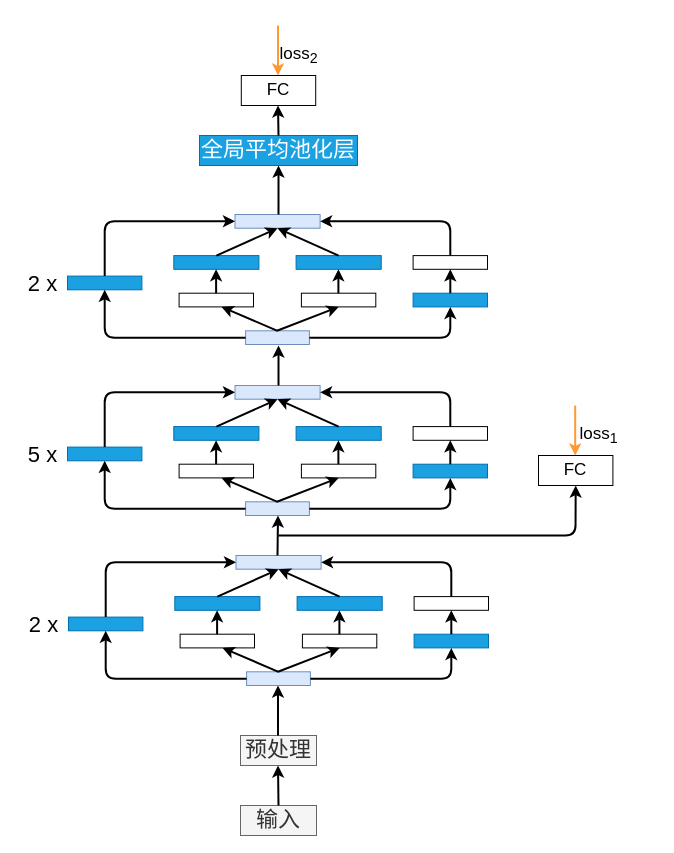
Above: 水下目标提取标书/CNN特征提取器总体架构.drawio in Corner430/drawio (draw.io), before the change. Source tidied: cells renumbered, new cells numbered last; positions are measured from the earlier drawing's top-left corner, leaving out a move shared by most shapes. Both pictures are drawn from the tidied source at 100%, with x=0, y=0 at pixel (17, 25).
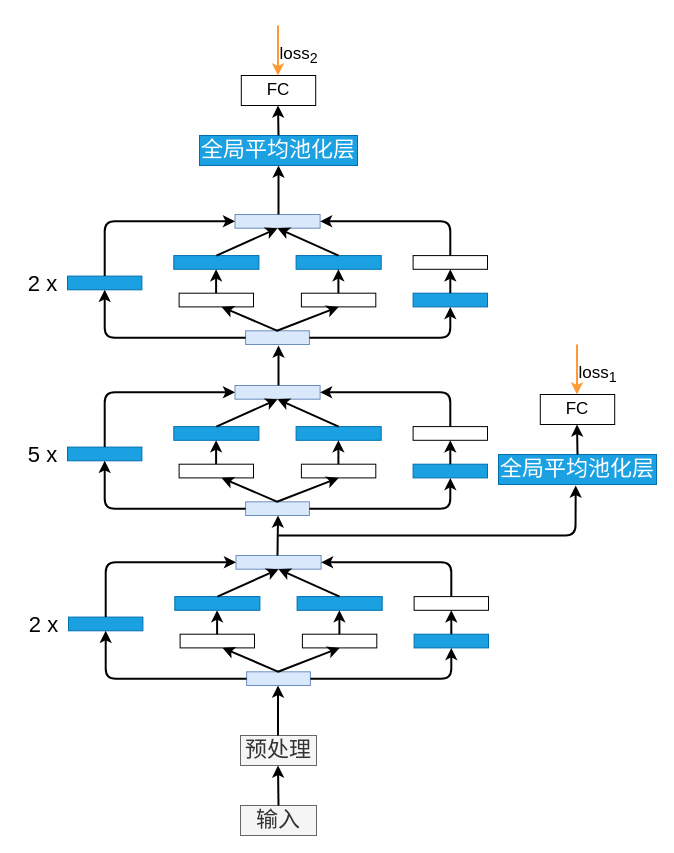
Above is the later version.

Commit message:
水下目标提取标书_CNN特征提取器整体架构

The edit, as a diff of the source:
```diff
@@
-    <mxCell id="53" style="endArrow=classic;html=1;strokeWidth=2;fontSize=22;strokeColor=#FF9933;" parent="1" edge="1">
-      <mxGeometry relative="1" as="geometry">
-        <mxPoint x="557.7" y="380" as="sourcePoint" />
-        <mxPoint x="557.7" y="430" as="targetPoint" />
-      </mxGeometry>
-    </mxCell>
-    <mxCell id="54" style="endArrow=classic;html=1;strokeColor=#000000;strokeWidth=2;fontSize=22;entryX=0.5;entryY=1;entryDx=0;entryDy=0;" parent="1" edge="1" target="55">
+    <mxCell id="54" style="endArrow=classic;html=1;strokeColor=#000000;strokeWidth=2;fontSize=22;entryX=0.5;entryY=1;entryDx=0;entryDy=0;" parent="1" edge="1">
       <mxGeometry relative="1" as="geometry">
         <mxPoint x="261" y="510" as="sourcePoint" />
+        <mxPoint x="558.2" y="460" as="targetPoint" />
         <Array as="points">
           <mxPoint x="558" y="510" />
         </Array>
       </mxGeometry>
     </mxCell>
-    <mxCell id="55" value="&lt;font style=&quot;font-size: 17px;&quot;&gt;FC&lt;/font&gt;" style="rounded=0;whiteSpace=wrap;html=1;" parent="1" vertex="1">
-      <mxGeometry x="521" y="430" width="74.4" height="30" as="geometry" />
-    </mxCell>
-    <mxCell id="56" value="loss&lt;sub&gt;1&lt;/sub&gt;" style="text;html=1;align=center;verticalAlign=middle;strokeColor=none;fillColor=none;fontSize=17;" parent="1" vertex="1">
-      <mxGeometry x="551" y="390" width="60" height="40" as="geometry" />
-    </mxCell>
@@
+    <mxCell id="87" value="&lt;span style=&quot;font-size: 22px;&quot;&gt;全局平均池化层&lt;/span&gt;" style="rounded=0;whiteSpace=wrap;html=1;fillColor=#1ba1e2;strokeColor=#006EAF;fontColor=#ffffff;" parent="1" vertex="1">
+      <mxGeometry x="481" y="429" width="158" height="30" as="geometry" />
+    </mxCell>
+    <mxCell id="88" style="endArrow=classic;html=1;strokeWidth=2;fontSize=22;strokeColor=#FF9933;" parent="1" edge="1">
+      <mxGeometry relative="1" as="geometry">
+        <mxPoint x="559.5" y="319" as="sourcePoint" />
+        <mxPoint x="559.5" y="369" as="targetPoint" />
+      </mxGeometry>
+    </mxCell>
+    <mxCell id="55" value="&lt;font style=&quot;font-size: 17px;&quot;&gt;FC&lt;/font&gt;" style="rounded=0;whiteSpace=wrap;html=1;" parent="1" vertex="1">
+      <mxGeometry x="522.8" y="369" width="74.4" height="30" as="geometry" />
+    </mxCell>
+    <mxCell id="56" value="loss&lt;sub&gt;1&lt;/sub&gt;" style="text;html=1;align=center;verticalAlign=middle;strokeColor=none;fillColor=none;fontSize=17;" parent="1" vertex="1">
+      <mxGeometry x="550" y="329" width="60" height="40" as="geometry" />
+    </mxCell>
+    <mxCell id="89" style="endArrow=classic;html=1;strokeColor=#000000;strokeWidth=2;fontSize=17;" parent="1" edge="1">
+      <mxGeometry relative="1" as="geometry">
+        <mxPoint x="560" y="429" as="sourcePoint" />
+        <mxPoint x="559.5" y="399" as="targetPoint" />
+      </mxGeometry>
+    </mxCell>
```
